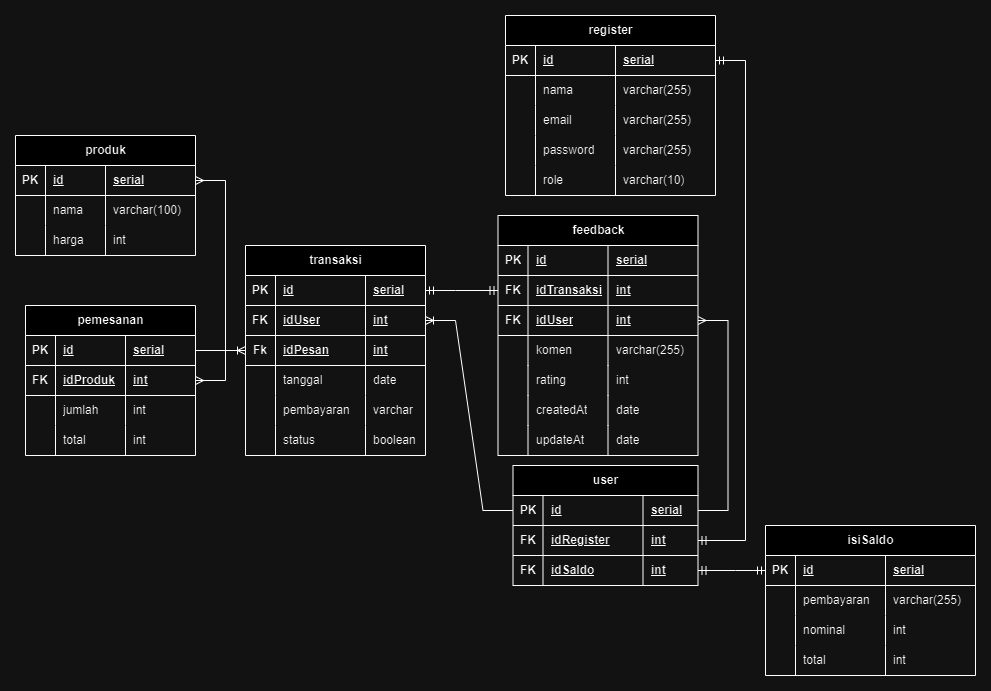
The draw.io diagram membertopup.png in hasanardhian8/FP-BDS-Sanbercode-Go-52-hasan, before a commit. Source tidied: cells renumbered, new cells last; positions are measured from the earlier drawing's top-left corner, leaving out a move shared by most shapes.
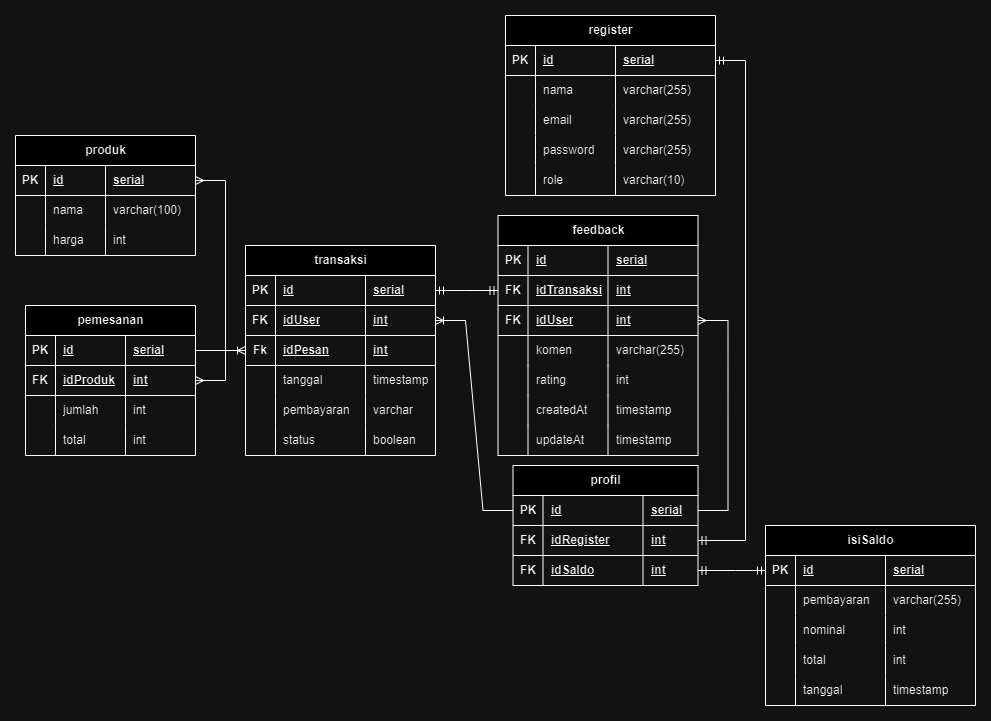
Above is the later version.

The edit, as a diff of the source:
```diff
@@ -3,10 +3,10 @@
     <mxCell id="0" />
     <mxCell id="1" parent="0" />
     <mxCell id="2" value="transaksi" style="shape=table;startSize=30;rowLines=0;fontStyle=1;align=center;html=1;" parent="1" vertex="1">
-      <mxGeometry x="230" y="230" width="180" height="210" as="geometry" />
+      <mxGeometry x="230" y="230" width="190" height="210" as="geometry" />
     </mxCell>
     <mxCell id="3" style="shape=tableRow;horizontal=0;startSize=0;swimlaneHead=0;swimlaneBody=0;fillColor=none;points=[[0,0.5],[1,0.5]];portConstraint=eastwest;top=0;left=0;right=0;bottom=1;" parent="2" vertex="1">
-      <mxGeometry y="30" width="180" height="30" as="geometry" />
+      <mxGeometry y="30" width="190" height="30" as="geometry" />
     </mxCell>
     <mxCell id="4" value="PK" style="shape=partialRectangle;fillColor=none;top=0;left=0;bottom=0;right=0;fontStyle=1;overflow=hidden;whiteSpace=wrap;html=1;" parent="3" vertex="1">
       <mxGeometry width="30" height="30" as="geometry" />
@@ -15,10 +15,10 @@
       <mxGeometry x="30" width="90" height="30" as="geometry" />
     </mxCell>
     <mxCell id="6" value="serial" style="shape=partialRectangle;fillColor=none;top=0;left=0;bottom=0;right=0;align=left;spacingLeft=6;fontStyle=5;overflow=hidden;whiteSpace=wrap;html=1;" parent="3" vertex="1">
-      <mxGeometry x="120" width="60" height="30" as="geometry" />
+      <mxGeometry x="120" width="70" height="30" as="geometry" />
     </mxCell>
     <mxCell id="7" style="shape=tableRow;horizontal=0;startSize=0;swimlaneHead=0;swimlaneBody=0;fillColor=none;points=[[0,0.5],[1,0.5]];portConstraint=eastwest;top=0;left=0;right=0;bottom=1;" parent="2" vertex="1">
-      <mxGeometry y="60" width="180" height="30" as="geometry" />
+      <mxGeometry y="60" width="190" height="30" as="geometry" />
     </mxCell>
     <mxCell id="8" value="FK" style="shape=partialRectangle;fillColor=none;top=0;left=0;bottom=0;right=0;fontStyle=1;overflow=hidden;whiteSpace=wrap;html=1;" parent="7" vertex="1">
       <mxGeometry width="30" height="30" as="geometry" />
@@ -27,10 +27,10 @@
       <mxGeometry x="30" width="90" height="30" as="geometry" />
     </mxCell>
     <mxCell id="10" value="int" style="shape=partialRectangle;fillColor=none;top=0;left=0;bottom=0;right=0;align=left;spacingLeft=6;fontStyle=5;overflow=hidden;whiteSpace=wrap;html=1;" parent="7" vertex="1">
-      <mxGeometry x="120" width="60" height="30" as="geometry" />
+      <mxGeometry x="120" width="70" height="30" as="geometry" />
     </mxCell>
     <mxCell id="11" style="shape=tableRow;horizontal=0;startSize=0;swimlaneHead=0;swimlaneBody=0;fillColor=none;points=[[0,0.5],[1,0.5]];portConstraint=eastwest;top=0;left=0;right=0;bottom=1;" parent="2" vertex="1">
-      <mxGeometry y="90" width="180" height="30" as="geometry" />
+      <mxGeometry y="90" width="190" height="30" as="geometry" />
     </mxCell>
     <mxCell id="12" value="Fk" style="shape=partialRectangle;fillColor=none;top=0;left=0;bottom=0;right=0;fontStyle=1;overflow=hidden;whiteSpace=wrap;html=1;" parent="11" vertex="1">
       <mxGeometry width="30" height="30" as="geometry" />
@@ -39,10 +39,10 @@
       <mxGeometry x="30" width="90" height="30" as="geometry" />
     </mxCell>
     <mxCell id="14" value="int" style="shape=partialRectangle;fillColor=none;top=0;left=0;bottom=0;right=0;align=left;spacingLeft=6;fontStyle=5;overflow=hidden;whiteSpace=wrap;html=1;" parent="11" vertex="1">
-      <mxGeometry x="120" width="60" height="30" as="geometry" />
+      <mxGeometry x="120" width="70" height="30" as="geometry" />
     </mxCell>
     <mxCell id="15" style="shape=tableRow;horizontal=0;startSize=0;swimlaneHead=0;swimlaneBody=0;fillColor=none;top=0;left=0;right=0;bottom=0;" parent="2" vertex="1">
-      <mxGeometry y="120" width="180" height="30" as="geometry" />
+      <mxGeometry y="120" width="190" height="30" as="geometry" />
     </mxCell>
     <mxCell id="16" style="shape=partialRectangle;fillColor=none;top=0;left=0;bottom=0;right=0;overflow=hidden;whiteSpace=wrap;html=1;" parent="15" vertex="1">
       <mxGeometry width="30" height="30" as="geometry" />
@@ -50,11 +50,11 @@
     <mxCell id="17" value="tanggal" style="shape=partialRectangle;fillColor=none;top=0;left=0;bottom=0;right=0;align=left;spacingLeft=6;overflow=hidden;whiteSpace=wrap;html=1;" parent="15" vertex="1">
       <mxGeometry x="30" width="90" height="30" as="geometry" />
     </mxCell>
-    <mxCell id="18" value="date" style="shape=partialRectangle;fillColor=none;top=0;left=0;bottom=0;right=0;align=left;spacingLeft=6;overflow=hidden;whiteSpace=wrap;html=1;" parent="15" vertex="1">
-      <mxGeometry x="120" width="60" height="30" as="geometry" />
+    <mxCell id="18" value="timestamp" style="shape=partialRectangle;fillColor=none;top=0;left=0;bottom=0;right=0;align=left;spacingLeft=6;overflow=hidden;whiteSpace=wrap;html=1;" parent="15" vertex="1">
+      <mxGeometry x="120" width="70" height="30" as="geometry" />
     </mxCell>
     <mxCell id="19" style="shape=tableRow;horizontal=0;startSize=0;swimlaneHead=0;swimlaneBody=0;fillColor=none;top=0;left=0;right=0;bottom=0;" parent="2" vertex="1">
-      <mxGeometry y="150" width="180" height="30" as="geometry" />
+      <mxGeometry y="150" width="190" height="30" as="geometry" />
     </mxCell>
     <mxCell id="20" style="shape=partialRectangle;fillColor=none;top=0;left=0;bottom=0;right=0;overflow=hidden;whiteSpace=wrap;html=1;" parent="19" vertex="1">
       <mxGeometry width="30" height="30" as="geometry" />
@@ -63,10 +63,10 @@
       <mxGeometry x="30" width="90" height="30" as="geometry" />
     </mxCell>
     <mxCell id="22" value="varchar" style="shape=partialRectangle;fillColor=none;top=0;left=0;bottom=0;right=0;align=left;spacingLeft=6;overflow=hidden;whiteSpace=wrap;html=1;" parent="19" vertex="1">
-      <mxGeometry x="120" width="60" height="30" as="geometry" />
+      <mxGeometry x="120" width="70" height="30" as="geometry" />
     </mxCell>
     <mxCell id="23" style="shape=tableRow;horizontal=0;startSize=0;swimlaneHead=0;swimlaneBody=0;fillColor=none;top=0;left=0;right=0;bottom=0;" parent="2" vertex="1">
-      <mxGeometry y="180" width="180" height="30" as="geometry" />
+      <mxGeometry y="180" width="190" height="30" as="geometry" />
     </mxCell>
     <mxCell id="24" style="shape=partialRectangle;fillColor=none;top=0;left=0;bottom=0;right=0;overflow=hidden;whiteSpace=wrap;html=1;" parent="23" vertex="1">
       <mxGeometry width="30" height="30" as="geometry" />
@@ -75,7 +75,7 @@
       <mxGeometry x="30" width="90" height="30" as="geometry" />
     </mxCell>
     <mxCell id="26" value="boolean" style="shape=partialRectangle;fillColor=none;top=0;left=0;bottom=0;right=0;align=left;spacingLeft=6;overflow=hidden;whiteSpace=wrap;html=1;" parent="23" vertex="1">
-      <mxGeometry x="120" width="60" height="30" as="geometry" />
+      <mxGeometry x="120" width="70" height="30" as="geometry" />
     </mxCell>
     <mxCell id="27" value="produk" style="shape=table;startSize=30;rowLines=0;fontStyle=1;align=center;html=1;" parent="1" vertex="1">
       <mxGeometry y="120" width="180" height="120" as="geometry" />
@@ -179,7 +179,7 @@
     <mxCell id="60" value="varchar(10)" style="shape=partialRectangle;fillColor=none;top=0;left=0;bottom=0;right=0;align=left;spacingLeft=6;overflow=hidden;whiteSpace=wrap;html=1;" parent="57" vertex="1">
       <mxGeometry x="110" width="100" height="30" as="geometry" />
     </mxCell>
-    <mxCell id="61" value="user" style="shape=table;startSize=30;rowLines=0;fontStyle=1;align=center;html=1;" parent="1" vertex="1">
+    <mxCell id="61" value="profil" style="shape=table;startSize=30;rowLines=0;fontStyle=1;align=center;html=1;" parent="1" vertex="1">
       <mxGeometry x="497.5" y="450" width="185" height="120" as="geometry" />
     </mxCell>
     <mxCell id="62" style="shape=tableRow;horizontal=0;startSize=0;swimlaneHead=0;swimlaneBody=0;fillColor=none;points=[[0,0.5],[1,0.5]];portConstraint=eastwest;top=0;left=0;right=0;bottom=1;" parent="61" vertex="1">
@@ -270,7 +270,7 @@
       <mxGeometry x="100" width="70" height="30" as="geometry" />
     </mxCell>
     <mxCell id="91" value="isiSaldo" style="shape=table;startSize=30;rowLines=0;fontStyle=1;align=center;html=1;" parent="1" vertex="1">
-      <mxGeometry x="750" y="510" width="210" height="150" as="geometry" />
+      <mxGeometry x="750" y="510" width="210" height="180" as="geometry" />
     </mxCell>
     <mxCell id="92" style="shape=tableRow;horizontal=0;startSize=0;swimlaneHead=0;swimlaneBody=0;fillColor=none;points=[[0,0.5],[1,0.5]];portConstraint=eastwest;top=0;left=0;right=0;bottom=1;" parent="91" vertex="1">
       <mxGeometry y="30" width="210" height="30" as="geometry" />
@@ -320,6 +320,18 @@
     <mxCell id="107" value="int" style="shape=partialRectangle;fillColor=none;top=0;left=0;bottom=0;right=0;align=left;spacingLeft=6;overflow=hidden;whiteSpace=wrap;html=1;" parent="104" vertex="1">
       <mxGeometry x="120" width="90" height="30" as="geometry" />
     </mxCell>
+    <mxCell id="144" style="shape=tableRow;horizontal=0;startSize=0;swimlaneHead=0;swimlaneBody=0;fillColor=none;top=0;left=0;right=0;bottom=0;" parent="91" vertex="1">
+      <mxGeometry y="150" width="210" height="30" as="geometry" />
+    </mxCell>
+    <mxCell id="145" style="shape=partialRectangle;fillColor=none;top=0;left=0;bottom=0;right=0;overflow=hidden;whiteSpace=wrap;html=1;" parent="144" vertex="1">
+      <mxGeometry width="30" height="30" as="geometry" />
+    </mxCell>
+    <mxCell id="146" value="tanggal" style="shape=partialRectangle;fillColor=none;top=0;left=0;bottom=0;right=0;align=left;spacingLeft=6;overflow=hidden;whiteSpace=wrap;html=1;" parent="144" vertex="1">
+      <mxGeometry x="30" width="90" height="30" as="geometry" />
+    </mxCell>
+    <mxCell id="147" value="timestamp" style="shape=partialRectangle;fillColor=none;top=0;left=0;bottom=0;right=0;align=left;spacingLeft=6;overflow=hidden;whiteSpace=wrap;html=1;" parent="144" vertex="1">
+      <mxGeometry x="120" width="90" height="30" as="geometry" />
+    </mxCell>
     <mxCell id="108" style="edgeStyle=entityRelationEdgeStyle;fontSize=12;html=1;endArrow=ERmandOne;startArrow=ERmandOne;rounded=0;" parent="1" edge="1" source="92" target="70">
       <mxGeometry relative="1" as="geometry">
         <Array as="points">
@@ -419,7 +431,7 @@
     <mxCell id="136" value="createdAt" style="shape=partialRectangle;fillColor=none;top=0;left=0;bottom=0;right=0;align=left;spacingLeft=6;overflow=hidden;whiteSpace=wrap;html=1;" parent="134" vertex="1">
       <mxGeometry x="30" width="80" height="30" as="geometry" />
     </mxCell>
-    <mxCell id="137" value="date" style="shape=partialRectangle;fillColor=none;top=0;left=0;bottom=0;right=0;align=left;spacingLeft=6;overflow=hidden;whiteSpace=wrap;html=1;" parent="134" vertex="1">
+    <mxCell id="137" value="timestamp" style="shape=partialRectangle;fillColor=none;top=0;left=0;bottom=0;right=0;align=left;spacingLeft=6;overflow=hidden;whiteSpace=wrap;html=1;" parent="134" vertex="1">
       <mxGeometry x="110" width="90" height="30" as="geometry" />
     </mxCell>
     <mxCell id="138" style="shape=tableRow;horizontal=0;startSize=0;swimlaneHead=0;swimlaneBody=0;fillColor=none;top=0;left=0;right=0;bottom=0;" parent="113" vertex="1">
@@ -431,7 +443,7 @@
     <mxCell id="140" value="updateAt" style="shape=partialRectangle;fillColor=none;top=0;left=0;bottom=0;right=0;align=left;spacingLeft=6;overflow=hidden;whiteSpace=wrap;html=1;" parent="138" vertex="1">
       <mxGeometry x="30" width="80" height="30" as="geometry" />
     </mxCell>
-    <mxCell id="141" value="date" style="shape=partialRectangle;fillColor=none;top=0;left=0;bottom=0;right=0;align=left;spacingLeft=6;overflow=hidden;whiteSpace=wrap;html=1;" parent="138" vertex="1">
+    <mxCell id="141" value="timestamp" style="shape=partialRectangle;fillColor=none;top=0;left=0;bottom=0;right=0;align=left;spacingLeft=6;overflow=hidden;whiteSpace=wrap;html=1;" parent="138" vertex="1">
       <mxGeometry x="110" width="90" height="30" as="geometry" />
     </mxCell>
     <mxCell id="142" style="edgeStyle=entityRelationEdgeStyle;fontSize=12;html=1;endArrow=ERmany;rounded=0;" parent="1" edge="1" source="62" target="122">
```
